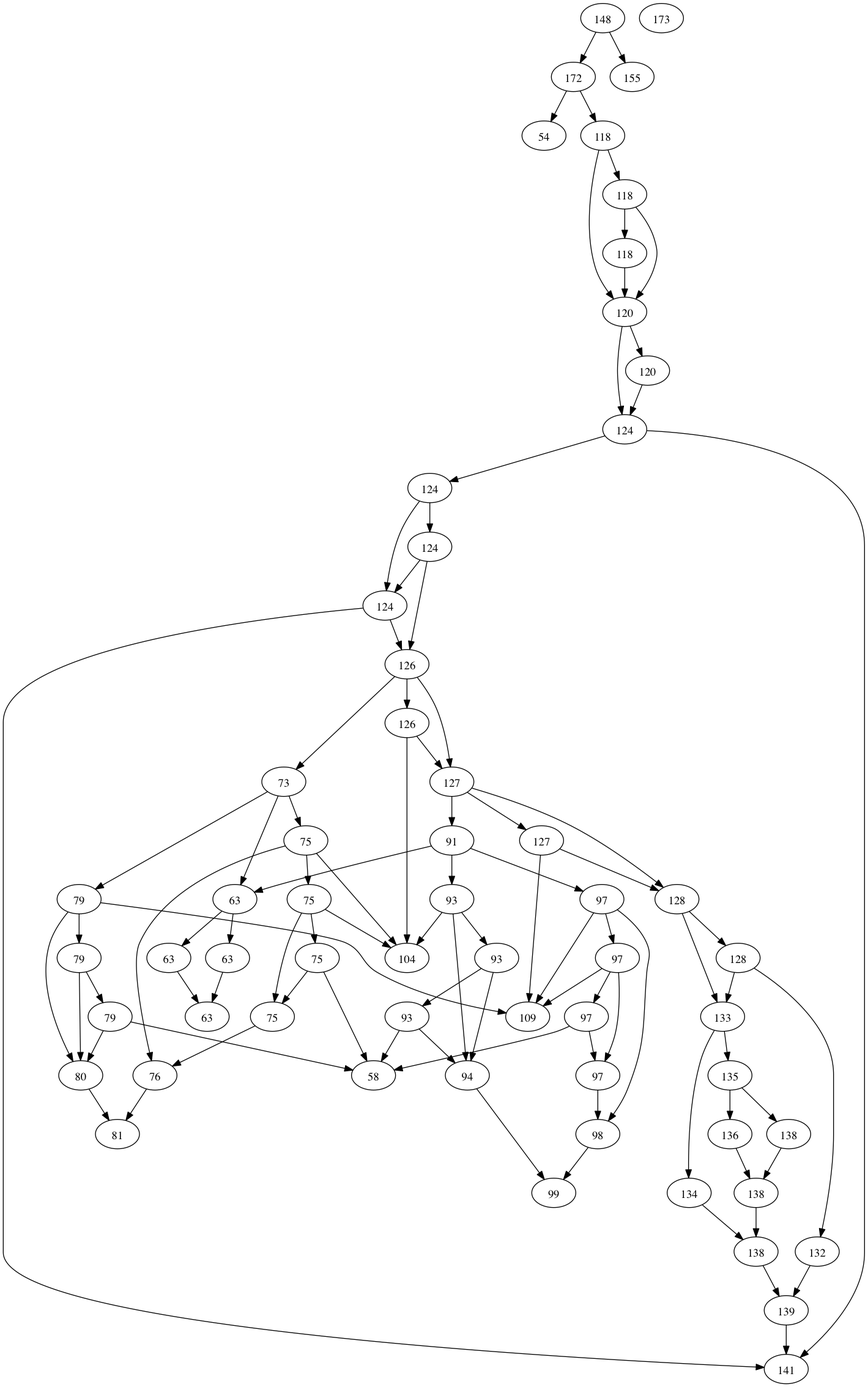
Above: examples/Hello/blocks.png in mengdiwang/llvm-2.9 (Graphviz), before the change. Its source is kept beside it as examples/Hello/blocks.dot.
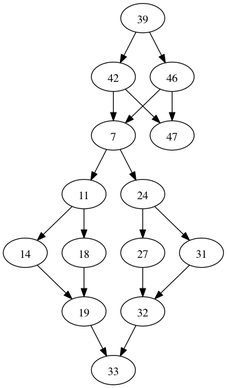
After the change.

The edit, as a diff of the source:
```diff
@@ -1,152 +1,34 @@
 digraph G {
-0[label="54"];
-1[label="58"];
-2[label="63"];
-3[label="63"];
-4[label="63"];
-5[label="63"];
-6[label="73"];
-7[label="75"];
-8[label="75"];
-9[label="75"];
-10[label="75"];
-11[label="76"];
-12[label="79"];
-13[label="79"];
-14[label="79"];
-15[label="80"];
-16[label="81"];
-17[label="91"];
-18[label="93"];
-19[label="93"];
-20[label="93"];
-21[label="94"];
-22[label="97"];
-23[label="97"];
-24[label="97"];
-25[label="97"];
-26[label="98"];
-27[label="99"];
-28[label="104"];
-29[label="109"];
-30[label="118"];
-31[label="118"];
-32[label="118"];
-33[label="120"];
-34[label="120"];
-35[label="124"];
-36[label="124"];
-37[label="124"];
-38[label="124"];
-39[label="126"];
-40[label="126"];
-41[label="127"];
-42[label="127"];
-43[label="128"];
-44[label="128"];
-45[label="132"];
-46[label="133"];
-47[label="134"];
-48[label="135"];
-49[label="136"];
-50[label="138"];
-51[label="138"];
-52[label="138"];
-53[label="139"];
-54[label="141"];
-55[label="148"];
-56[label="155"];
-57[label="172"];
-58[label="173"];
-2->3 ;
-3->5 ;
+0[label="7"];
+1[label="11"];
+2[label="14"];
+3[label="18"];
+4[label="19"];
+5[label="24"];
+6[label="27"];
+7[label="31"];
+8[label="32"];
+9[label="33"];
+10[label="39"];
+11[label="42"];
+12[label="46"];
+13[label="47"];
+0->1 ;
+1->2 ;
 2->4 ;
-4->5 ;
-6->7 ;
+4->9 ;
+1->3 ;
+3->4 ;
+0->5 ;
+5->6 ;
+6->8 ;
+8->9 ;
+5->7 ;
 7->8 ;
-8->9 ;
-9->10 ;
 10->11 ;
-11->16 ;
-8->10 ;
-7->11 ;
-6->12 ;
+11->13 ;
+10->12 ;
 12->13 ;
-13->14 ;
-14->15 ;
-15->16 ;
-13->15 ;
-12->15 ;
-6->2 ;
-7->28 ;
-8->28 ;
-9->1 ;
-12->29 ;
-14->1 ;
-17->18 ;
-18->19 ;
-19->20 ;
-20->21 ;
-21->27 ;
-19->21 ;
-18->21 ;
-17->22 ;
-22->23 ;
-23->24 ;
-24->25 ;
-25->26 ;
-26->27 ;
-23->25 ;
-22->26 ;
-17->2 ;
-18->28 ;
-20->1 ;
-22->29 ;
-23->29 ;
-24->1 ;
-30->31 ;
-31->32 ;
-32->33 ;
-33->34 ;
-34->35 ;
-35->36 ;
-36->37 ;
-37->39 ;
-39->40 ;
-40->41 ;
-41->42 ;
-42->43 ;
-43->44 ;
-44->45 ;
-45->53 ;
-53->54 ;
-44->46 ;
-46->47 ;
-47->52 ;
-52->53 ;
-46->48 ;
-48->49 ;
-49->51 ;
-51->52 ;
-48->50 ;
-50->51 ;
-43->46 ;
-41->43 ;
-39->41 ;
-37->38 ;
-38->54 ;
-38->39 ;
-36->38 ;
-35->54 ;
-33->35 ;
-31->33 ;
-30->33 ;
-39->6 ;
-40->28 ;
-41->17 ;
-42->29 ;
-55->56 ;
-55->57 ;
-57->0 ;
-57->30 ;
+11->0 ;
+12->0 ;
 }
```
